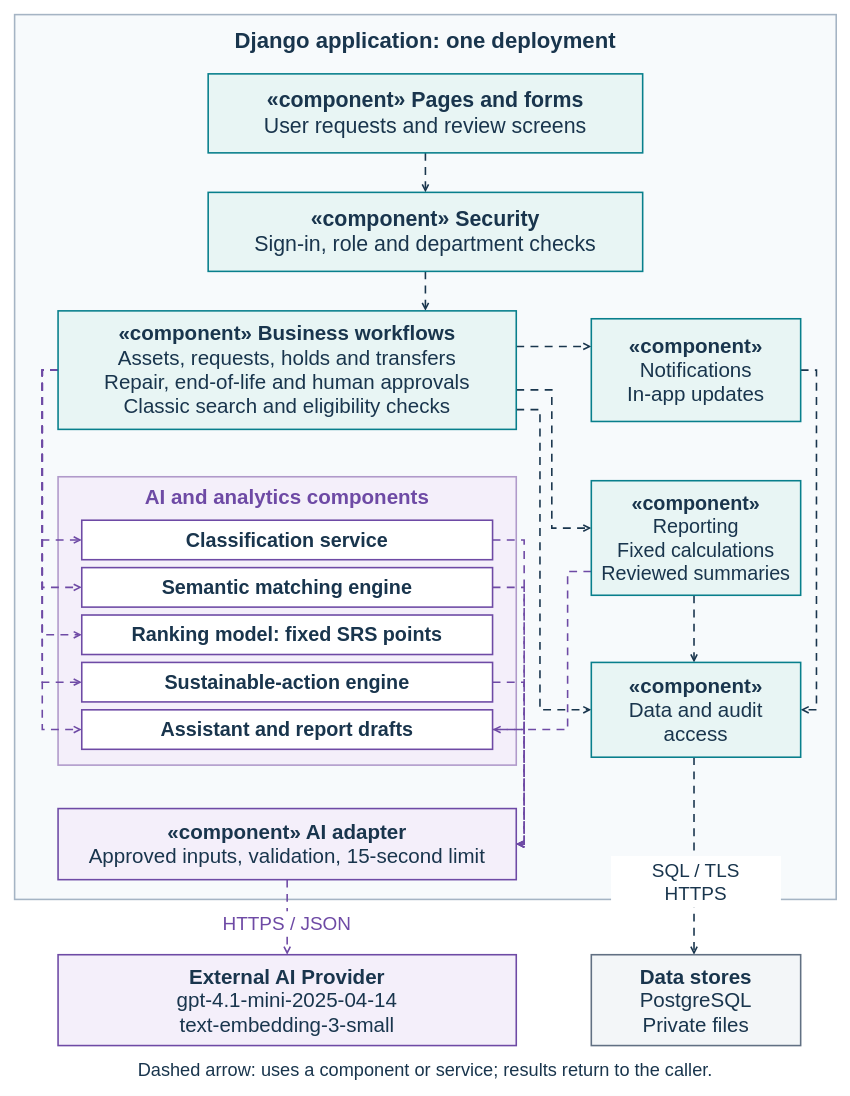
Earlier version of the draw.io diagram docs/phase45/images/figure-11-1-components.drawio (duqins/ITS). Source tidied: cells renumbered, new cells numbered last; positions are measured from the earlier drawing's top-left corner, leaving out a move shared by most shapes. Both pictures are drawn from the tidied source at 79%, with x=0, y=0 at pixel (14, 14).
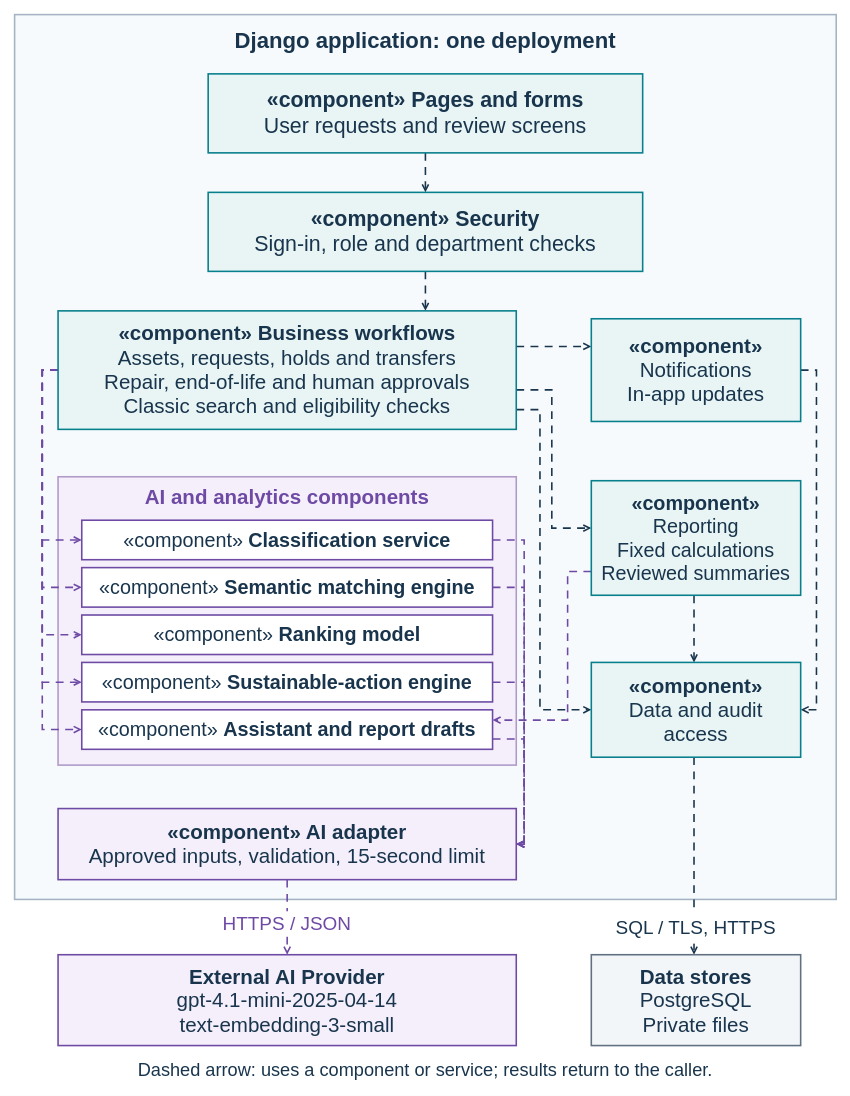
The same page after the edit.

The edit, as a diff of the source:
```diff
@@
     <mxCell id="16" style="edgeStyle=none;rounded=0;html=1;strokeColor=#6E4AA5;strokeWidth=2;endArrow=open;endFill=0;dashed=1;dashPattern=5 4;" parent="1" edge="1">
       <mxGeometry relative="1" as="geometry">
         <mxPoint x="730" y="705" as="sourcePoint" />
-        <mxPoint x="605" y="905" as="targetPoint" />
+        <mxPoint x="605" y="893" as="targetPoint" />
         <Array as="points">
           <mxPoint x="700" y="705" />
-          <mxPoint x="700" y="905" />
+          <mxPoint x="700" y="893" />
         </Array>
       </mxGeometry>
     </mxCell>
@@
     <mxCell id="20" style="edgeStyle=none;rounded=0;html=1;strokeColor=#6E4AA5;strokeWidth=2;endArrow=open;endFill=0;dashed=1;dashPattern=5 4;" parent="1" edge="1">
       <mxGeometry relative="1" as="geometry">
-        <mxPoint x="605" y="905" as="sourcePoint" />
+        <mxPoint x="605" y="917" as="sourcePoint" />
         <mxPoint x="635" y="1050" as="targetPoint" />
         <Array as="points">
-          <mxPoint x="645" y="905" />
+          <mxPoint x="645" y="917" />
           <mxPoint x="645" y="1050" />
         </Array>
       </mxGeometry>
     </mxCell>
@@
-    <mxCell id="27" value="&lt;div style=&quot;line-height:1.18&quot;&gt;&lt;b&gt;Classification service&lt;/b&gt;&lt;/div&gt;" style="rounded=0;arcSize=15;whiteSpace=wrap;html=1;fillColor=white;strokeColor=#6E4AA5;strokeWidth=2;fontFamily=Arial;fontSize=25;fontColor=#19354D;align=center;verticalAlign=middle;spacing=8;" parent="1" vertex="1">
+    <mxCell id="27" value="&lt;div style=&quot;line-height:1.18&quot;&gt;«component» &lt;b&gt;Classification service&lt;/b&gt;&lt;/div&gt;" style="rounded=0;arcSize=15;whiteSpace=wrap;html=1;fillColor=white;strokeColor=#6E4AA5;strokeWidth=2;fontFamily=Arial;fontSize=25;fontColor=#19354D;align=center;verticalAlign=middle;spacing=8;" parent="1" vertex="1">
       <mxGeometry x="85" y="640" width="520" height="50" as="geometry" />
     </mxCell>
-    <mxCell id="28" value="&lt;div style=&quot;line-height:1.18&quot;&gt;&lt;b&gt;Semantic matching engine&lt;/b&gt;&lt;/div&gt;" style="rounded=0;arcSize=15;whiteSpace=wrap;html=1;fillColor=white;strokeColor=#6E4AA5;strokeWidth=2;fontFamily=Arial;fontSize=25;fontColor=#19354D;align=center;verticalAlign=middle;spacing=8;" parent="1" vertex="1">
+    <mxCell id="28" value="&lt;div style=&quot;line-height:1.18&quot;&gt;«component» &lt;b&gt;Semantic matching engine&lt;/b&gt;&lt;/div&gt;" style="rounded=0;arcSize=15;whiteSpace=wrap;html=1;fillColor=white;strokeColor=#6E4AA5;strokeWidth=2;fontFamily=Arial;fontSize=25;fontColor=#19354D;align=center;verticalAlign=middle;spacing=8;" parent="1" vertex="1">
       <mxGeometry x="85" y="700" width="520" height="50" as="geometry" />
     </mxCell>
-    <mxCell id="29" value="&lt;div style=&quot;line-height:1.18&quot;&gt;&lt;b&gt;Ranking model: fixed SRS points&lt;/b&gt;&lt;/div&gt;" style="rounded=0;arcSize=15;whiteSpace=wrap;html=1;fillColor=white;strokeColor=#6E4AA5;strokeWidth=2;fontFamily=Arial;fontSize=25;fontColor=#19354D;align=center;verticalAlign=middle;spacing=8;" parent="1" vertex="1">
+    <mxCell id="29" value="&lt;div style=&quot;line-height:1.18&quot;&gt;«component» &lt;b&gt;Ranking model&lt;/b&gt;&lt;/div&gt;" style="rounded=0;arcSize=15;whiteSpace=wrap;html=1;fillColor=white;strokeColor=#6E4AA5;strokeWidth=2;fontFamily=Arial;fontSize=25;fontColor=#19354D;align=center;verticalAlign=middle;spacing=8;" parent="1" vertex="1">
       <mxGeometry x="85" y="760" width="520" height="50" as="geometry" />
     </mxCell>
-    <mxCell id="30" value="&lt;div style=&quot;line-height:1.18&quot;&gt;&lt;b&gt;Sustainable-action engine&lt;/b&gt;&lt;/div&gt;" style="rounded=0;arcSize=15;whiteSpace=wrap;html=1;fillColor=white;strokeColor=#6E4AA5;strokeWidth=2;fontFamily=Arial;fontSize=25;fontColor=#19354D;align=center;verticalAlign=middle;spacing=8;" parent="1" vertex="1">
+    <mxCell id="30" value="&lt;div style=&quot;line-height:1.18&quot;&gt;«component» &lt;b&gt;Sustainable-action engine&lt;/b&gt;&lt;/div&gt;" style="rounded=0;arcSize=15;whiteSpace=wrap;html=1;fillColor=white;strokeColor=#6E4AA5;strokeWidth=2;fontFamily=Arial;fontSize=25;fontColor=#19354D;align=center;verticalAlign=middle;spacing=8;" parent="1" vertex="1">
       <mxGeometry x="85" y="820" width="520" height="50" as="geometry" />
     </mxCell>
-    <mxCell id="31" value="&lt;div style=&quot;line-height:1.18&quot;&gt;&lt;b&gt;Assistant and report drafts&lt;/b&gt;&lt;/div&gt;" style="rounded=0;arcSize=15;whiteSpace=wrap;html=1;fillColor=white;strokeColor=#6E4AA5;strokeWidth=2;fontFamily=Arial;fontSize=25;fontColor=#19354D;align=center;verticalAlign=middle;spacing=8;" parent="1" vertex="1">
+    <mxCell id="31" value="&lt;div style=&quot;line-height:1.18&quot;&gt;«component» &lt;b&gt;Assistant and report drafts&lt;/b&gt;&lt;/div&gt;" style="rounded=0;arcSize=15;whiteSpace=wrap;html=1;fillColor=white;strokeColor=#6E4AA5;strokeWidth=2;fontFamily=Arial;fontSize=25;fontColor=#19354D;align=center;verticalAlign=middle;spacing=8;" parent="1" vertex="1">
       <mxGeometry x="85" y="880" width="520" height="50" as="geometry" />
     </mxCell>
@@
-    <mxCell id="40" value="SQL / TLS&lt;br&gt;HTTPS" style="text;html=1;strokeColor=none;fillColor=white;align=center;verticalAlign=middle;whiteSpace=wrap;fontFamily=Arial;fontSize=24;fontColor=#19354D;fontStyle=0;" parent="1" vertex="1">
-      <mxGeometry x="755" y="1065" width="215" height="65" as="geometry" />
+    <mxCell id="40" value="SQL / TLS, HTTPS" style="text;html=1;strokeColor=none;fillColor=white;align=center;verticalAlign=middle;whiteSpace=wrap;fontFamily=Arial;fontSize=24;fontColor=#19354D;fontStyle=0;" parent="1" vertex="1">
+      <mxGeometry x="745" y="1136" width="235" height="40" as="geometry" />
     </mxCell>
```
